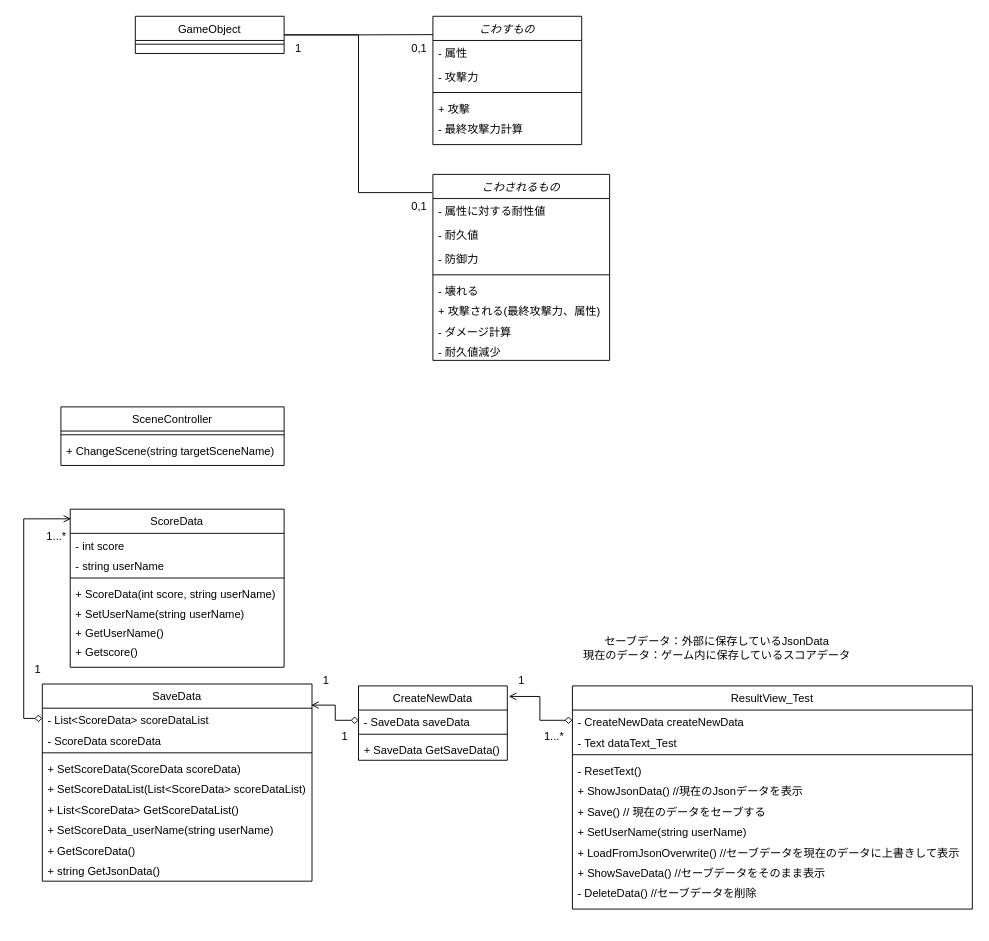
The draw.io diagram ClassDiagram/aramakifes2024.drawio in sobabouro/heyakowashi-game, before the edit. Source tidied: cells renumbered, new cells numbered last; positions are measured from the earlier drawing's top-left corner, leaving out a move shared by most shapes. Both pictures are drawn from the tidied source at 93%, with x=0, y=0 at pixel (23, 16).
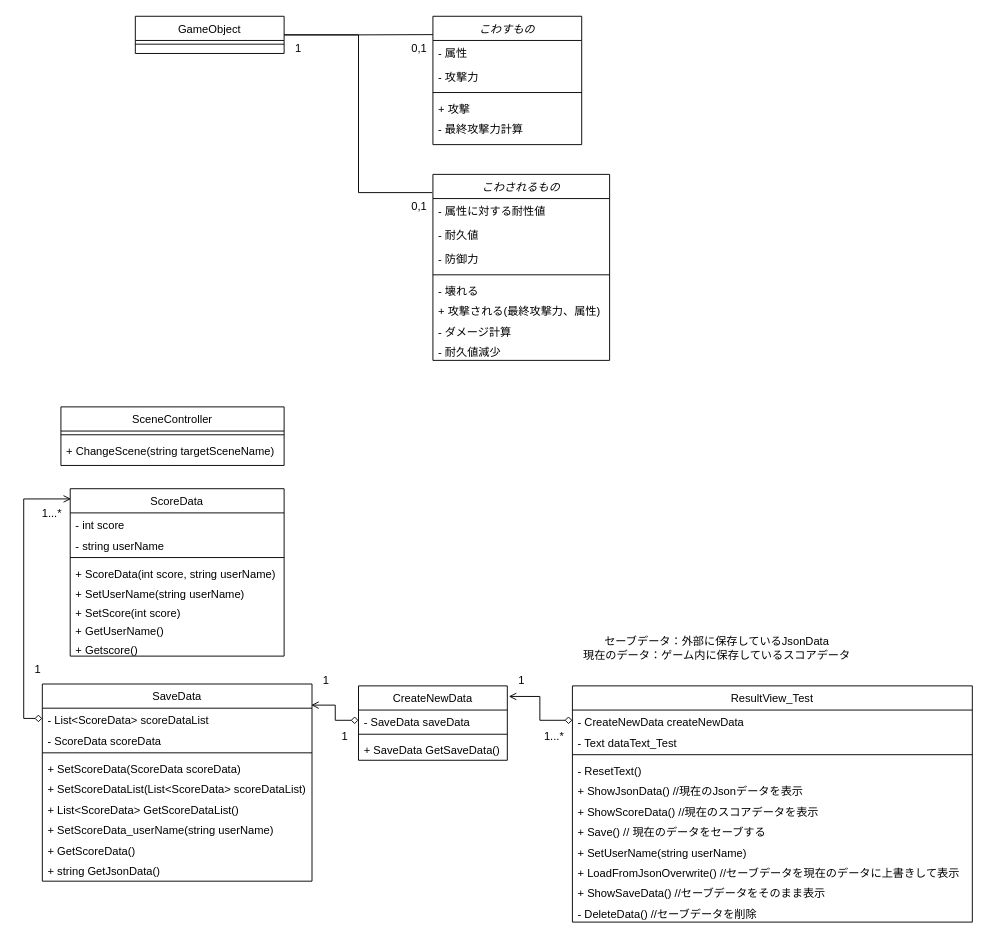
After the change.

Diff of the diagram source:
```diff
@@
     <mxCell id="42" value="ScoreData" style="swimlane;fontStyle=0;align=center;verticalAlign=top;horizontal=1;startSize=26;rounded=0;shadow=0;strokeWidth=1;" parent="1" vertex="1">
-      <mxGeometry x="50" y="530" width="230" height="170" as="geometry" />
+      <mxGeometry x="50" y="508" width="230" height="180" as="geometry" />
     </mxCell>
@@
+    <mxCell id="70" value="+ SetScore(int score)" style="text;align=left;verticalAlign=top;spacingLeft=4;spacingRight=4;overflow=hidden;" parent="42" vertex="1">
+      <mxGeometry y="120" width="230" height="20" as="geometry" />
+    </mxCell>
     <mxCell id="48" value="+ GetUserName()" style="text;align=left;verticalAlign=top;spacingLeft=4;spacingRight=4;overflow=hidden;" parent="42" vertex="1">
-      <mxGeometry y="120" width="230" height="20" as="geometry" />
+      <mxGeometry y="140" width="230" height="20" as="geometry" />
     </mxCell>
     <mxCell id="49" value="+ Getscore()" style="text;align=left;verticalAlign=top;spacingLeft=4;spacingRight=4;overflow=hidden;" parent="42" vertex="1">
-      <mxGeometry y="140" width="230" height="20" as="geometry" />
+      <mxGeometry y="160" width="230" height="20" as="geometry" />
     </mxCell>
@@
     <mxCell id="51" value="ResultView_Test" style="swimlane;fontStyle=0;align=center;verticalAlign=top;horizontal=1;startSize=26;rounded=0;shadow=0;strokeWidth=1;" parent="1" vertex="1">
-      <mxGeometry x="590" y="720" width="430" height="240" as="geometry" />
+      <mxGeometry x="590" y="720" width="430" height="254" as="geometry" />
     </mxCell>
@@
+    <mxCell id="71" value="+ ShowScoreData() //現在のスコアデータを表示" style="text;align=left;verticalAlign=top;spacingLeft=4;spacingRight=4;overflow=hidden;" parent="51" vertex="1">
+      <mxGeometry y="122" width="430" height="22" as="geometry" />
+    </mxCell>
     <mxCell id="57" value="+ Save() // 現在のデータをセーブする" style="text;align=left;verticalAlign=top;spacingLeft=4;spacingRight=4;overflow=hidden;" parent="51" vertex="1">
-      <mxGeometry y="122" width="430" height="22" as="geometry" />
+      <mxGeometry y="144" width="430" height="22" as="geometry" />
     </mxCell>
     <mxCell id="58" value="+ SetUserName(string userName)" style="text;align=left;verticalAlign=top;spacingLeft=4;spacingRight=4;overflow=hidden;" parent="51" vertex="1">
-      <mxGeometry y="144" width="430" height="22" as="geometry" />
+      <mxGeometry y="166" width="430" height="22" as="geometry" />
     </mxCell>
     <mxCell id="59" value="+ LoadFromJsonOverwrite() //セーブデータを現在のデータに上書きして表示" style="text;align=left;verticalAlign=top;spacingLeft=4;spacingRight=4;overflow=hidden;" parent="51" vertex="1">
-      <mxGeometry y="166" width="430" height="22" as="geometry" />
+      <mxGeometry y="188" width="430" height="22" as="geometry" />
     </mxCell>
     <mxCell id="60" value="+ ShowSaveData() //セーブデータをそのまま表示" style="text;align=left;verticalAlign=top;spacingLeft=4;spacingRight=4;overflow=hidden;" parent="51" vertex="1">
-      <mxGeometry y="188" width="430" height="22" as="geometry" />
+      <mxGeometry y="210" width="430" height="22" as="geometry" />
     </mxCell>
     <mxCell id="61" value="- DeleteData() //セーブデータを削除" style="text;align=left;verticalAlign=top;spacingLeft=4;spacingRight=4;overflow=hidden;" parent="51" vertex="1">
-      <mxGeometry y="210" width="430" height="22" as="geometry" />
+      <mxGeometry y="232" width="430" height="22" as="geometry" />
     </mxCell>
@@
     <mxCell id="65" value="1...*" style="text;html=1;align=center;verticalAlign=middle;strokeColor=none;fillColor=none;" parent="1" vertex="1">
-      <mxGeometry x="15" y="545" width="40" height="30" as="geometry" />
+      <mxGeometry x="10" y="520" width="40" height="30" as="geometry" />
     </mxCell>
```
